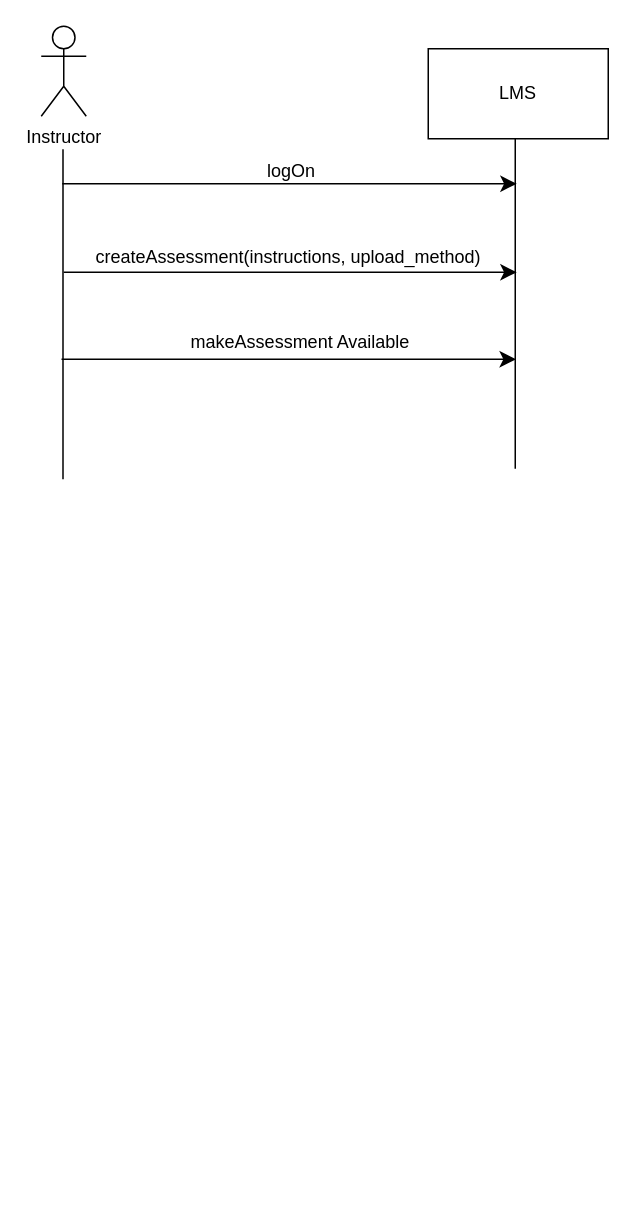
The draw.io diagram page "Page-2" (2 of 2) of domain_model_Workshop_2.drawio in antonykimuom/SWEN30006-2025-SM1-workshop1-tuew05-14-00-team-12, before the edit. Source tidied: cells renumbered, new cells numbered last; positions are measured from the earlier drawing's top-left corner, leaving out a move shared by most shapes. Both pictures are drawn from the tidied source at 150%, with x=0, y=0 at pixel (40, 26).
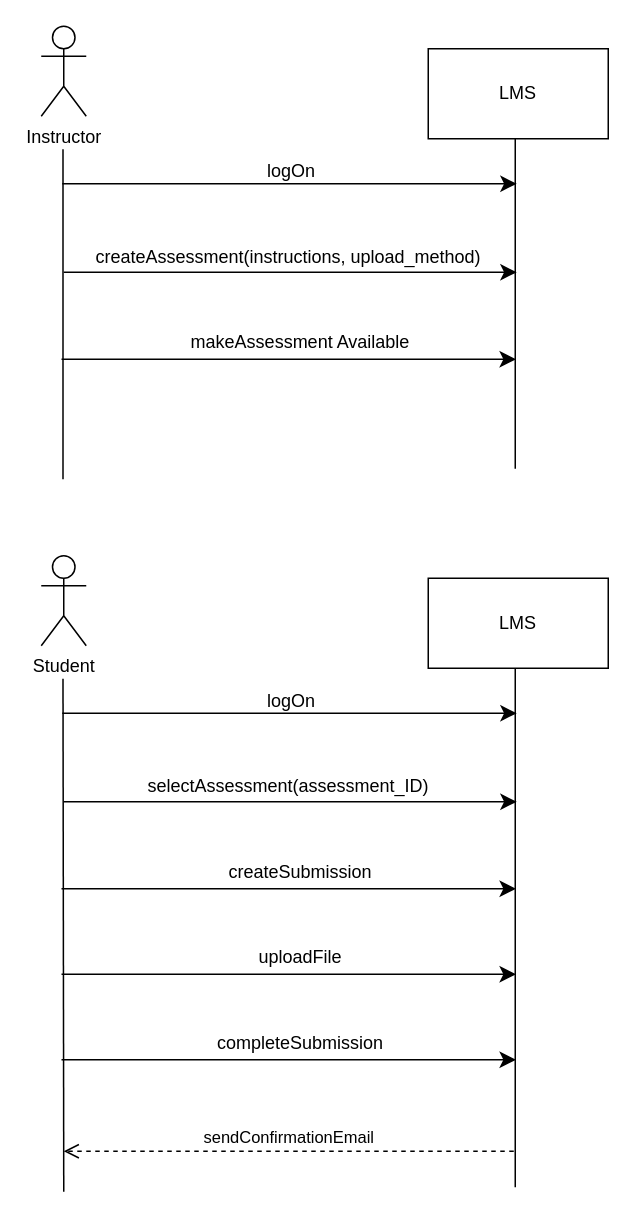
The same page after the edit.

Commit message:
second SSD

The edit, as a diff of the source:
```diff
@@
+    <mxCell id="12" value="Student" style="shape=umlActor;verticalLabelPosition=bottom;verticalAlign=top;html=1;" parent="1" vertex="1">
+      <mxGeometry y="353" width="30" height="60" as="geometry" />
+    </mxCell>
+    <mxCell id="13" style="endArrow=none;html=1;rounded=0;fontSize=12;startSize=8;endSize=8;curved=1;" parent="1" edge="1">
+      <mxGeometry relative="1" as="geometry">
+        <mxPoint x="15" y="777" as="sourcePoint" />
+        <mxPoint x="14.5" y="435" as="targetPoint" />
+      </mxGeometry>
+    </mxCell>
+    <mxCell id="14" value="LMS" style="rounded=0;whiteSpace=wrap;html=1;" parent="1" vertex="1">
+      <mxGeometry x="258" y="368" width="120" height="60" as="geometry" />
+    </mxCell>
+    <mxCell id="15" style="endArrow=none;html=1;rounded=0;fontSize=12;startSize=8;endSize=8;curved=1;" parent="1" edge="1">
+      <mxGeometry relative="1" as="geometry">
+        <mxPoint x="316" y="774" as="sourcePoint" />
+        <mxPoint x="316" y="428" as="targetPoint" />
+      </mxGeometry>
+    </mxCell>
+    <mxCell id="16" style="endArrow=classic;html=1;rounded=0;fontSize=12;startSize=8;endSize=8;curved=1;" parent="1" edge="1">
+      <mxGeometry relative="1" as="geometry">
+        <mxPoint x="14" y="458" as="sourcePoint" />
+        <mxPoint x="317" y="458" as="targetPoint" />
+      </mxGeometry>
+    </mxCell>
+    <mxCell id="17" value="logOn" style="text;html=1;align=center;verticalAlign=middle;whiteSpace=wrap;rounded=0;" parent="1" vertex="1">
+      <mxGeometry x="137" y="435" width="60" height="30" as="geometry" />
+    </mxCell>
+    <mxCell id="18" style="endArrow=classic;html=1;rounded=0;fontSize=12;startSize=8;endSize=8;curved=1;" parent="1" edge="1">
+      <mxGeometry relative="1" as="geometry">
+        <mxPoint x="15" y="517" as="sourcePoint" />
+        <mxPoint x="317" y="517" as="targetPoint" />
+      </mxGeometry>
+    </mxCell>
+    <mxCell id="19" value="selectAssessment(assessment_ID)" style="text;html=1;align=center;verticalAlign=middle;whiteSpace=wrap;rounded=0;" parent="1" vertex="1">
+      <mxGeometry x="22" y="492" width="286" height="30" as="geometry" />
+    </mxCell>
+    <mxCell id="20" style="endArrow=classic;html=1;rounded=0;fontSize=12;startSize=8;endSize=8;curved=1;" parent="1" edge="1">
+      <mxGeometry relative="1" as="geometry">
+        <mxPoint x="13.5" y="575" as="sourcePoint" />
+        <mxPoint x="316.5" y="575" as="targetPoint" />
+      </mxGeometry>
+    </mxCell>
+    <mxCell id="21" value="createSubmission" style="text;html=1;align=center;verticalAlign=middle;whiteSpace=wrap;rounded=0;" parent="1" vertex="1">
+      <mxGeometry x="88" y="549" width="170" height="30" as="geometry" />
+    </mxCell>
+    <mxCell id="22" style="endArrow=classic;html=1;rounded=0;fontSize=12;startSize=8;endSize=8;curved=1;" parent="1" edge="1">
+      <mxGeometry relative="1" as="geometry">
+        <mxPoint x="13.5" y="632" as="sourcePoint" />
+        <mxPoint x="316.5" y="632" as="targetPoint" />
+      </mxGeometry>
+    </mxCell>
+    <mxCell id="23" value="uploadFile" style="text;html=1;align=center;verticalAlign=middle;whiteSpace=wrap;rounded=0;" parent="1" vertex="1">
+      <mxGeometry x="88" y="606" width="170" height="30" as="geometry" />
+    </mxCell>
+    <mxCell id="24" style="endArrow=classic;html=1;rounded=0;fontSize=12;startSize=8;endSize=8;curved=1;" parent="1" edge="1">
+      <mxGeometry relative="1" as="geometry">
+        <mxPoint x="13.5" y="689" as="sourcePoint" />
+        <mxPoint x="316.5" y="689" as="targetPoint" />
+      </mxGeometry>
+    </mxCell>
+    <mxCell id="25" value="completeSubmission" style="text;html=1;align=center;verticalAlign=middle;whiteSpace=wrap;rounded=0;" parent="1" vertex="1">
+      <mxGeometry x="88" y="663" width="170" height="30" as="geometry" />
+    </mxCell>
+    <mxCell id="26" value="sendConfirmationEmail" style="html=1;verticalAlign=bottom;endArrow=open;dashed=1;endSize=8;curved=0;rounded=0;" parent="1" edge="1">
+      <mxGeometry relative="1" as="geometry">
+        <mxPoint x="315" y="750" as="sourcePoint" />
+        <mxPoint x="15" y="750" as="targetPoint" />
+      </mxGeometry>
+    </mxCell>
```
